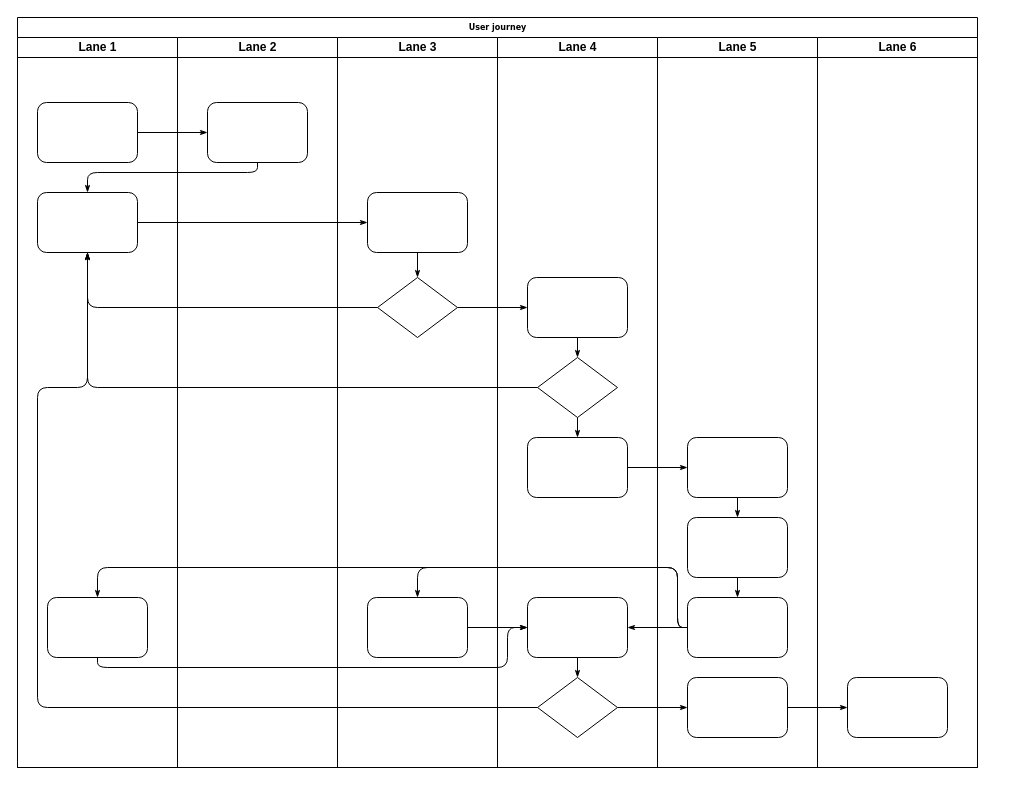
The draw.io diagram dream.drawio in Ted-L/drawio, before the edit. Source tidied: cells renumbered, new cells numbered last; positions are measured from the earlier drawing's top-left corner, leaving out a move shared by most shapes. Both pictures are drawn from the tidied source at 100%, with x=0, y=0 at pixel (17, 17).
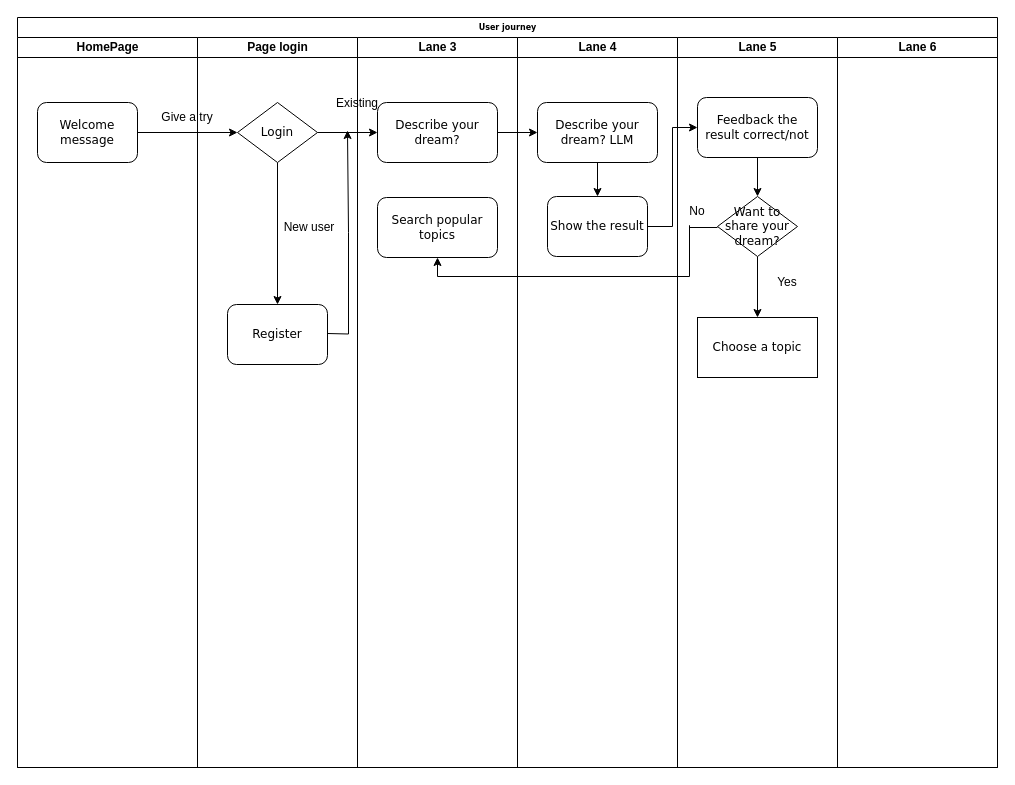
The same diagram, later.

What changed in the source:
```diff
@@
     <mxCell id="2" value="User journey" style="swimlane;html=1;startSize=20;rounded=0;shadow=0;labelBackgroundColor=none;strokeWidth=1;fontFamily=Verdana;fontSize=8;align=center;" parent="1" vertex="1">
-      <mxGeometry width="960" height="750" as="geometry" />
+      <mxGeometry width="980" height="750" as="geometry" />
     </mxCell>
-    <mxCell id="3" value="Lane 1" style="swimlane;html=1;startSize=20;" parent="2" vertex="1">
-      <mxGeometry y="20" width="160" height="730" as="geometry" />
+    <mxCell id="3" value="HomePage" style="swimlane;html=1;startSize=20;" parent="2" vertex="1">
+      <mxGeometry y="20" width="180" height="730" as="geometry" />
     </mxCell>
-    <mxCell id="4" style="rounded=1;whiteSpace=wrap;html=1;shadow=0;labelBackgroundColor=none;strokeWidth=1;fontFamily=Verdana;fontSize=8;align=center;" parent="3" vertex="1">
+    <mxCell id="4" value="&lt;font style=&quot;font-size: 12px;&quot;&gt;Welcome message&lt;/font&gt;" style="rounded=1;whiteSpace=wrap;html=1;shadow=0;labelBackgroundColor=none;strokeWidth=1;fontFamily=Verdana;fontSize=8;align=center;" parent="3" vertex="1">
       <mxGeometry x="20" y="65" width="100" height="60" as="geometry" />
     </mxCell>
-    <mxCell id="5" style="rounded=1;whiteSpace=wrap;html=1;shadow=0;labelBackgroundColor=none;strokeWidth=1;fontFamily=Verdana;fontSize=8;align=center;" parent="3" vertex="1">
-      <mxGeometry x="20" y="155" width="100" height="60" as="geometry" />
-    </mxCell>
-    <mxCell id="6" style="rounded=1;whiteSpace=wrap;html=1;shadow=0;labelBackgroundColor=none;strokeWidth=1;fontFamily=Verdana;fontSize=8;align=center;" parent="3" vertex="1">
-      <mxGeometry x="30" y="560" width="100" height="60" as="geometry" />
-    </mxCell>
-    <mxCell id="7" style="edgeStyle=orthogonalEdgeStyle;rounded=1;html=1;labelBackgroundColor=none;startArrow=none;startFill=0;startSize=5;endArrow=classicThin;endFill=1;endSize=5;jettySize=auto;strokeWidth=1;fontFamily=Verdana;fontSize=8;" parent="2" edge="1" source="4" target="23">
-      <mxGeometry relative="1" as="geometry" />
-    </mxCell>
-    <mxCell id="8" style="edgeStyle=orthogonalEdgeStyle;rounded=1;html=1;labelBackgroundColor=none;startArrow=none;startFill=0;startSize=5;endArrow=classicThin;endFill=1;endSize=5;jettySize=auto;strokeWidth=1;fontFamily=Verdana;fontSize=8;" parent="2" edge="1" source="23" target="5">
-      <mxGeometry relative="1" as="geometry">
-        <Array as="points">
-          <mxPoint x="240" y="155" />
-          <mxPoint x="70" y="155" />
-        </Array>
-      </mxGeometry>
-    </mxCell>
-    <mxCell id="9" style="edgeStyle=orthogonalEdgeStyle;rounded=1;html=1;labelBackgroundColor=none;startArrow=none;startFill=0;startSize=5;endArrow=classicThin;endFill=1;endSize=5;jettySize=auto;strokeWidth=1;fontFamily=Verdana;fontSize=8;" parent="2" edge="1" source="5" target="25">
-      <mxGeometry relative="1" as="geometry" />
-    </mxCell>
-    <mxCell id="10" style="edgeStyle=orthogonalEdgeStyle;rounded=1;html=1;labelBackgroundColor=none;startArrow=none;startFill=0;startSize=5;endArrow=classicThin;endFill=1;endSize=5;jettySize=auto;strokeWidth=1;fontFamily=Verdana;fontSize=8;" parent="2" edge="1" source="26" target="5">
-      <mxGeometry relative="1" as="geometry" />
-    </mxCell>
-    <mxCell id="11" style="edgeStyle=orthogonalEdgeStyle;rounded=1;html=1;labelBackgroundColor=none;startArrow=none;startFill=0;startSize=5;endArrow=classicThin;endFill=1;endSize=5;jettySize=auto;strokeWidth=1;fontFamily=Verdana;fontSize=8;" parent="2" edge="1" source="31" target="5">
-      <mxGeometry relative="1" as="geometry" />
-    </mxCell>
-    <mxCell id="12" style="edgeStyle=orthogonalEdgeStyle;rounded=1;html=1;labelBackgroundColor=none;startArrow=none;startFill=0;startSize=5;endArrow=classicThin;endFill=1;endSize=5;jettySize=auto;strokeWidth=1;fontFamily=Verdana;fontSize=8;" parent="2" edge="1" source="34" target="5">
-      <mxGeometry relative="1" as="geometry">
-        <Array as="points">
-          <mxPoint x="20" y="690" />
-          <mxPoint x="20" y="370" />
-          <mxPoint x="70" y="370" />
-        </Array>
-      </mxGeometry>
-    </mxCell>
-    <mxCell id="13" style="edgeStyle=orthogonalEdgeStyle;rounded=1;html=1;labelBackgroundColor=none;startArrow=none;startFill=0;startSize=5;endArrow=classicThin;endFill=1;endSize=5;jettySize=auto;strokeWidth=1;fontFamily=Verdana;fontSize=8;" parent="2" edge="1" source="26" target="30">
-      <mxGeometry relative="1" as="geometry" />
-    </mxCell>
-    <mxCell id="14" style="edgeStyle=orthogonalEdgeStyle;rounded=1;html=1;labelBackgroundColor=none;startArrow=none;startFill=0;startSize=5;endArrow=classicThin;endFill=1;endSize=5;jettySize=auto;strokeWidth=1;fontFamily=Verdana;fontSize=8;" parent="2" edge="1" source="34" target="42">
-      <mxGeometry relative="1" as="geometry" />
-    </mxCell>
-    <mxCell id="15" style="edgeStyle=orthogonalEdgeStyle;rounded=1;html=1;labelBackgroundColor=none;startArrow=none;startFill=0;startSize=5;endArrow=classicThin;endFill=1;endSize=5;jettySize=auto;strokeWidth=1;fontFamily=Verdana;fontSize=8;" parent="2" edge="1" source="42" target="46">
-      <mxGeometry relative="1" as="geometry" />
-    </mxCell>
-    <mxCell id="16" style="edgeStyle=orthogonalEdgeStyle;rounded=1;html=1;labelBackgroundColor=none;startArrow=none;startFill=0;startSize=5;endArrow=classicThin;endFill=1;endSize=5;jettySize=auto;strokeWidth=1;fontFamily=Verdana;fontSize=8;" parent="2" edge="1" source="32" target="39">
-      <mxGeometry relative="1" as="geometry" />
-    </mxCell>
-    <mxCell id="17" style="edgeStyle=orthogonalEdgeStyle;rounded=1;html=1;labelBackgroundColor=none;startArrow=none;startFill=0;startSize=5;endArrow=classicThin;endFill=1;endSize=5;jettySize=auto;strokeWidth=1;fontFamily=Verdana;fontSize=8;" parent="2" edge="1" source="41" target="27">
-      <mxGeometry relative="1" as="geometry">
-        <Array as="points">
-          <mxPoint x="660" y="610" />
-          <mxPoint x="660" y="550" />
-          <mxPoint x="400" y="550" />
-        </Array>
-      </mxGeometry>
-    </mxCell>
-    <mxCell id="18" style="edgeStyle=orthogonalEdgeStyle;rounded=1;html=1;labelBackgroundColor=none;startArrow=none;startFill=0;startSize=5;endArrow=classicThin;endFill=1;endSize=5;jettySize=auto;strokeColor=#000000;strokeWidth=1;fontFamily=Verdana;fontSize=8;fontColor=#000000;" parent="2" edge="1" source="41" target="33">
-      <mxGeometry relative="1" as="geometry" />
-    </mxCell>
-    <mxCell id="19" style="edgeStyle=orthogonalEdgeStyle;rounded=1;html=1;labelBackgroundColor=none;startArrow=none;startFill=0;startSize=5;endArrow=classicThin;endFill=1;endSize=5;jettySize=auto;strokeWidth=1;fontFamily=Verdana;fontSize=8;" parent="2" edge="1" source="41" target="6">
-      <mxGeometry relative="1" as="geometry">
-        <Array as="points">
-          <mxPoint x="660" y="610" />
-          <mxPoint x="660" y="550" />
-          <mxPoint x="80" y="550" />
-        </Array>
-      </mxGeometry>
-    </mxCell>
-    <mxCell id="20" style="edgeStyle=orthogonalEdgeStyle;rounded=1;html=1;labelBackgroundColor=none;startArrow=none;startFill=0;startSize=5;endArrow=classicThin;endFill=1;endSize=5;jettySize=auto;strokeWidth=1;fontFamily=Verdana;fontSize=8;" parent="2" edge="1" source="6" target="33">
-      <mxGeometry relative="1" as="geometry">
-        <Array as="points">
-          <mxPoint x="80" y="650" />
-          <mxPoint x="490" y="650" />
-          <mxPoint x="490" y="610" />
-        </Array>
-      </mxGeometry>
-    </mxCell>
-    <mxCell id="21" style="edgeStyle=orthogonalEdgeStyle;rounded=1;html=1;labelBackgroundColor=none;startArrow=none;startFill=0;startSize=5;endArrow=classicThin;endFill=1;endSize=5;jettySize=auto;strokeWidth=1;fontFamily=Verdana;fontSize=8;" parent="2" edge="1" source="27" target="33">
-      <mxGeometry relative="1" as="geometry" />
-    </mxCell>
+    <mxCell id="47" value="Give a try" style="text;strokeColor=none;align=center;fillColor=none;html=1;verticalAlign=middle;whiteSpace=wrap;rounded=0;" parent="3" vertex="1">
+      <mxGeometry x="140" y="65" width="60" height="30" as="geometry" />
+    </mxCell>
-    <mxCell id="22" value="Lane 2" style="swimlane;html=1;startSize=20;" parent="2" vertex="1">
-      <mxGeometry x="160" y="20" width="160" height="730" as="geometry" />
+    <mxCell id="22" value="Page login" style="swimlane;html=1;startSize=20;" parent="2" vertex="1">
+      <mxGeometry x="180" y="20" width="160" height="730" as="geometry" />
     </mxCell>
-    <mxCell id="23" style="rounded=1;whiteSpace=wrap;html=1;shadow=0;labelBackgroundColor=none;strokeWidth=1;fontFamily=Verdana;fontSize=8;align=center;" parent="22" vertex="1">
-      <mxGeometry x="30" y="65" width="100" height="60" as="geometry" />
-    </mxCell>
+    <mxCell id="48" style="edgeStyle=orthogonalEdgeStyle;rounded=0;orthogonalLoop=1;jettySize=auto;html=1;" parent="22" edge="1">
+      <mxGeometry relative="1" as="geometry">
+        <mxPoint x="130" y="296" as="sourcePoint" />
+        <mxPoint x="150" y="93" as="targetPoint" />
+      </mxGeometry>
+    </mxCell>
+    <mxCell id="49" value="&lt;font style=&quot;font-size: 12px;&quot;&gt;Register&lt;/font&gt;" style="rounded=1;whiteSpace=wrap;html=1;shadow=0;labelBackgroundColor=none;strokeWidth=1;fontFamily=Verdana;fontSize=8;align=center;" parent="22" vertex="1">
+      <mxGeometry x="30" y="267" width="100" height="60" as="geometry" />
+    </mxCell>
+    <mxCell id="50" style="edgeStyle=orthogonalEdgeStyle;rounded=0;jettySize=auto;html=1;entryX=0.5;entryY=0;entryDx=0;entryDy=0;" parent="22" edge="1" source="51" target="49">
+      <mxGeometry relative="1" as="geometry" />
+    </mxCell>
+    <mxCell id="51" value="&lt;font style=&quot;font-size: 12px;&quot;&gt;Login&lt;/font&gt;" style="rhombus;whiteSpace=wrap;html=1;rounded=0;shadow=0;labelBackgroundColor=none;strokeWidth=1;fontFamily=Verdana;fontSize=8;align=center;" parent="22" vertex="1">
+      <mxGeometry x="40" y="65" width="80" height="60" as="geometry" />
+    </mxCell>
     <mxCell id="24" value="Lane 3" style="swimlane;html=1;startSize=20;" parent="2" vertex="1">
-      <mxGeometry x="320" y="20" width="160" height="730" as="geometry" />
+      <mxGeometry x="340" y="20" width="160" height="730" as="geometry" />
     </mxCell>
-    <mxCell id="25" style="rounded=1;whiteSpace=wrap;html=1;shadow=0;labelBackgroundColor=none;strokeWidth=1;fontFamily=Verdana;fontSize=8;align=center;" parent="24" vertex="1">
-      <mxGeometry x="30" y="155" width="100" height="60" as="geometry" />
-    </mxCell>
-    <mxCell id="26" style="rhombus;whiteSpace=wrap;html=1;rounded=0;shadow=0;labelBackgroundColor=none;strokeWidth=1;fontFamily=Verdana;fontSize=8;align=center;" parent="24" vertex="1">
-      <mxGeometry x="40" y="240" width="80" height="60" as="geometry" />
-    </mxCell>
-    <mxCell id="27" style="rounded=1;whiteSpace=wrap;html=1;shadow=0;labelBackgroundColor=none;strokeWidth=1;fontFamily=Verdana;fontSize=8;align=center;" parent="24" vertex="1">
-      <mxGeometry x="30" y="560" width="100" height="60" as="geometry" />
-    </mxCell>
-    <mxCell id="28" style="edgeStyle=orthogonalEdgeStyle;rounded=1;html=1;labelBackgroundColor=none;startArrow=none;startFill=0;startSize=5;endArrow=classicThin;endFill=1;endSize=5;jettySize=auto;strokeWidth=1;fontFamily=Verdana;fontSize=8;" parent="24" edge="1" source="25" target="26">
-      <mxGeometry relative="1" as="geometry" />
-    </mxCell>
+    <mxCell id="52" value="&lt;font style=&quot;font-size: 12px;&quot;&gt;Describe your dream?&lt;/font&gt;" style="whiteSpace=wrap;html=1;fontSize=8;fontFamily=Verdana;rounded=1;shadow=0;labelBackgroundColor=none;strokeWidth=1;" parent="24" vertex="1">
+      <mxGeometry x="20" y="65" width="120" height="60" as="geometry" />
+    </mxCell>
+    <mxCell id="53" value="Existing" style="text;strokeColor=none;align=center;fillColor=none;html=1;verticalAlign=middle;whiteSpace=wrap;rounded=0;" parent="24" vertex="1">
+      <mxGeometry x="-30" y="51" width="60" height="30" as="geometry" />
+    </mxCell>
+    <mxCell id="54" value="&lt;font style=&quot;font-size: 12px;&quot;&gt;Search popular topics&lt;/font&gt;" style="whiteSpace=wrap;html=1;fontSize=8;fontFamily=Verdana;rounded=1;shadow=0;labelBackgroundColor=none;strokeWidth=1;" parent="24" vertex="1">
+      <mxGeometry x="20" y="160" width="120" height="60" as="geometry" />
+    </mxCell>
     <mxCell id="29" value="Lane 4" style="swimlane;html=1;startSize=20;" parent="2" vertex="1">
-      <mxGeometry x="480" y="20" width="160" height="730" as="geometry" />
+      <mxGeometry x="500" y="20" width="160" height="730" as="geometry" />
     </mxCell>
-    <mxCell id="30" style="rounded=1;whiteSpace=wrap;html=1;shadow=0;labelBackgroundColor=none;strokeWidth=1;fontFamily=Verdana;fontSize=8;align=center;" parent="29" vertex="1">
-      <mxGeometry x="30" y="240" width="100" height="60" as="geometry" />
+    <mxCell id="30" value="&lt;font style=&quot;font-size: 12px;&quot;&gt;Show the result&lt;/font&gt;" style="rounded=1;whiteSpace=wrap;html=1;shadow=0;labelBackgroundColor=none;strokeWidth=1;fontFamily=Verdana;fontSize=8;align=center;" parent="29" vertex="1">
+      <mxGeometry x="30" y="159" width="100" height="60" as="geometry" />
     </mxCell>
-    <mxCell id="31" style="rhombus;whiteSpace=wrap;html=1;rounded=0;shadow=0;labelBackgroundColor=none;strokeWidth=1;fontFamily=Verdana;fontSize=8;align=center;" parent="29" vertex="1">
-      <mxGeometry x="40" y="320" width="80" height="60" as="geometry" />
-    </mxCell>
-    <mxCell id="32" style="rounded=1;whiteSpace=wrap;html=1;shadow=0;labelBackgroundColor=none;strokeWidth=1;fontFamily=Verdana;fontSize=8;align=center;" parent="29" vertex="1">
-      <mxGeometry x="30" y="400" width="100" height="60" as="geometry" />
-    </mxCell>
-    <mxCell id="33" style="rounded=1;whiteSpace=wrap;html=1;shadow=0;labelBackgroundColor=none;strokeWidth=1;fontFamily=Verdana;fontSize=8;align=center;" parent="29" vertex="1">
-      <mxGeometry x="30" y="560" width="100" height="60" as="geometry" />
-    </mxCell>
-    <mxCell id="34" style="rhombus;whiteSpace=wrap;html=1;rounded=0;shadow=0;labelBackgroundColor=none;strokeWidth=1;fontFamily=Verdana;fontSize=8;align=center;" parent="29" vertex="1">
-      <mxGeometry x="40" y="640" width="80" height="60" as="geometry" />
-    </mxCell>
-    <mxCell id="35" style="edgeStyle=orthogonalEdgeStyle;rounded=1;html=1;labelBackgroundColor=none;startArrow=none;startFill=0;startSize=5;endArrow=classicThin;endFill=1;endSize=5;jettySize=auto;strokeColor=#000000;strokeWidth=1;fontFamily=Verdana;fontSize=8;fontColor=#000000;" parent="29" edge="1" source="30" target="31">
-      <mxGeometry relative="1" as="geometry" />
-    </mxCell>
-    <mxCell id="36" style="edgeStyle=orthogonalEdgeStyle;rounded=1;html=1;labelBackgroundColor=none;startArrow=none;startFill=0;startSize=5;endArrow=classicThin;endFill=1;endSize=5;jettySize=auto;strokeWidth=1;fontFamily=Verdana;fontSize=8;" parent="29" edge="1" source="31" target="32">
-      <mxGeometry relative="1" as="geometry" />
-    </mxCell>
-    <mxCell id="37" style="edgeStyle=orthogonalEdgeStyle;rounded=1;html=1;labelBackgroundColor=none;startArrow=none;startFill=0;startSize=5;endArrow=classicThin;endFill=1;endSize=5;jettySize=auto;strokeWidth=1;fontFamily=Verdana;fontSize=8;" parent="29" edge="1" source="33" target="34">
-      <mxGeometry relative="1" as="geometry" />
-    </mxCell>
+    <mxCell id="55" style="edgeStyle=orthogonalEdgeStyle;rounded=0;jettySize=auto;html=1;entryX=0.5;entryY=0;entryDx=0;entryDy=0;" parent="29" edge="1" source="56" target="30">
+      <mxGeometry relative="1" as="geometry" />
+    </mxCell>
+    <mxCell id="56" value="&lt;font style=&quot;font-size: 12px;&quot;&gt;Describe your dream? LLM&lt;/font&gt;" style="whiteSpace=wrap;html=1;fontSize=8;fontFamily=Verdana;rounded=1;shadow=0;labelBackgroundColor=none;strokeWidth=1;" parent="29" vertex="1">
+      <mxGeometry x="20" y="65" width="120" height="60" as="geometry" />
+    </mxCell>
     <mxCell id="38" value="Lane 5" style="swimlane;html=1;startSize=20;" parent="2" vertex="1">
-      <mxGeometry x="640" y="20" width="160" height="730" as="geometry" />
+      <mxGeometry x="660" y="20" width="160" height="730" as="geometry" />
     </mxCell>
-    <mxCell id="39" style="rounded=1;whiteSpace=wrap;html=1;shadow=0;labelBackgroundColor=none;strokeWidth=1;fontFamily=Verdana;fontSize=8;align=center;" parent="38" vertex="1">
-      <mxGeometry x="30" y="400" width="100" height="60" as="geometry" />
-    </mxCell>
-    <mxCell id="40" style="rounded=1;whiteSpace=wrap;html=1;shadow=0;labelBackgroundColor=none;strokeWidth=1;fontFamily=Verdana;fontSize=8;align=center;" parent="38" vertex="1">
-      <mxGeometry x="30" y="480" width="100" height="60" as="geometry" />
-    </mxCell>
-    <mxCell id="41" style="rounded=1;whiteSpace=wrap;html=1;shadow=0;labelBackgroundColor=none;strokeWidth=1;fontFamily=Verdana;fontSize=8;align=center;" parent="38" vertex="1">
-      <mxGeometry x="30" y="560" width="100" height="60" as="geometry" />
-    </mxCell>
-    <mxCell id="42" style="rounded=1;whiteSpace=wrap;html=1;shadow=0;labelBackgroundColor=none;strokeWidth=1;fontFamily=Verdana;fontSize=8;align=center;" parent="38" vertex="1">
-      <mxGeometry x="30" y="640" width="100" height="60" as="geometry" />
-    </mxCell>
-    <mxCell id="43" style="edgeStyle=orthogonalEdgeStyle;rounded=1;html=1;labelBackgroundColor=none;startArrow=none;startFill=0;startSize=5;endArrow=classicThin;endFill=1;endSize=5;jettySize=auto;strokeWidth=1;fontFamily=Verdana;fontSize=8;" parent="38" edge="1" source="39" target="40">
-      <mxGeometry relative="1" as="geometry" />
-    </mxCell>
-    <mxCell id="44" style="edgeStyle=orthogonalEdgeStyle;rounded=1;html=1;labelBackgroundColor=none;startArrow=none;startFill=0;startSize=5;endArrow=classicThin;endFill=1;endSize=5;jettySize=auto;strokeWidth=1;fontFamily=Verdana;fontSize=8;" parent="38" edge="1" source="40" target="41">
-      <mxGeometry relative="1" as="geometry" />
-    </mxCell>
+    <mxCell id="57" style="edgeStyle=orthogonalEdgeStyle;rounded=0;jettySize=auto;html=1;" parent="38" edge="1" source="58" target="61">
+      <mxGeometry relative="1" as="geometry" />
+    </mxCell>
+    <mxCell id="58" value="&lt;span style=&quot;font-size: 12px;&quot;&gt;Want to share your dream?&lt;/span&gt;" style="rhombus;whiteSpace=wrap;html=1;rounded=0;shadow=0;labelBackgroundColor=none;strokeWidth=1;fontFamily=Verdana;fontSize=8;align=center;" parent="38" vertex="1">
+      <mxGeometry x="40" y="159" width="80" height="60" as="geometry" />
+    </mxCell>
+    <mxCell id="59" style="edgeStyle=orthogonalEdgeStyle;rounded=0;jettySize=auto;html=1;entryX=0.5;entryY=0;entryDx=0;entryDy=0;" parent="38" edge="1" source="60" target="58">
+      <mxGeometry relative="1" as="geometry" />
+    </mxCell>
+    <mxCell id="60" value="&lt;span style=&quot;font-size: 12px;&quot;&gt;Feedback the result correct/not&lt;/span&gt;" style="whiteSpace=wrap;html=1;fontSize=8;fontFamily=Verdana;rounded=1;shadow=0;labelBackgroundColor=none;strokeWidth=1;" parent="38" vertex="1">
+      <mxGeometry x="20" y="60" width="120" height="60" as="geometry" />
+    </mxCell>
+    <mxCell id="61" value="&lt;font style=&quot;font-size: 12px;&quot;&gt;Choose a topic&lt;/font&gt;" style="whiteSpace=wrap;html=1;fontSize=8;fontFamily=Verdana;rounded=0;shadow=0;labelBackgroundColor=none;strokeWidth=1;" parent="38" vertex="1">
+      <mxGeometry x="20" y="280" width="120" height="60" as="geometry" />
+    </mxCell>
+    <mxCell id="62" value="Yes" style="text;strokeColor=none;align=center;fillColor=none;html=1;verticalAlign=middle;whiteSpace=wrap;rounded=0;" parent="38" vertex="1">
+      <mxGeometry x="80" y="230" width="60" height="30" as="geometry" />
+    </mxCell>
+    <mxCell id="63" value="No" style="text;strokeColor=none;align=center;fillColor=none;html=1;verticalAlign=middle;whiteSpace=wrap;rounded=0;" parent="38" vertex="1">
+      <mxGeometry x="-10" y="159" width="60" height="30" as="geometry" />
+    </mxCell>
     <mxCell id="45" value="Lane 6" style="swimlane;html=1;startSize=20;" parent="2" vertex="1">
-      <mxGeometry x="800" y="20" width="160" height="730" as="geometry" />
+      <mxGeometry x="820" y="20" width="160" height="730" as="geometry" />
     </mxCell>
-    <mxCell id="46" style="rounded=1;whiteSpace=wrap;html=1;shadow=0;labelBackgroundColor=none;strokeWidth=1;fontFamily=Verdana;fontSize=8;align=center;" parent="45" vertex="1">
-      <mxGeometry x="30" y="640" width="100" height="60" as="geometry" />
-    </mxCell>
+    <mxCell id="64" style="edgeStyle=orthogonalEdgeStyle;rounded=0;jettySize=auto;html=1;entryX=0;entryY=0.5;entryDx=0;entryDy=0;" parent="2" edge="1" source="4" target="51">
+      <mxGeometry relative="1" as="geometry" />
+    </mxCell>
+    <mxCell id="65" style="edgeStyle=orthogonalEdgeStyle;rounded=0;jettySize=auto;html=1;entryX=0;entryY=0.5;entryDx=0;entryDy=0;" parent="2" edge="1" source="51" target="52">
+      <mxGeometry relative="1" as="geometry" />
+    </mxCell>
+    <mxCell id="66" style="edgeStyle=orthogonalEdgeStyle;rounded=0;jettySize=auto;html=1;entryX=0;entryY=0.5;entryDx=0;entryDy=0;" parent="2" edge="1" source="52" target="56">
+      <mxGeometry relative="1" as="geometry" />
+    </mxCell>
+    <mxCell id="67" style="edgeStyle=orthogonalEdgeStyle;rounded=0;orthogonalLoop=1;jettySize=auto;html=1;" parent="2" edge="1">
+      <mxGeometry relative="1" as="geometry">
+        <mxPoint x="700" y="210" as="sourcePoint" />
+        <mxPoint x="420" y="240" as="targetPoint" />
+        <Array as="points">
+          <mxPoint x="672" y="208" />
+          <mxPoint x="672" y="259" />
+          <mxPoint x="420" y="259" />
+          <mxPoint x="420" y="239" />
+        </Array>
+      </mxGeometry>
+    </mxCell>
+    <mxCell id="68" style="edgeStyle=orthogonalEdgeStyle;rounded=0;jettySize=auto;html=1;entryX=0;entryY=0.5;entryDx=0;entryDy=0;" parent="2" edge="1" source="30" target="60">
+      <mxGeometry relative="1" as="geometry" />
+    </mxCell>
+    <mxCell id="69" value="New user" style="text;strokeColor=none;align=center;fillColor=none;html=1;verticalAlign=middle;whiteSpace=wrap;rounded=0;" parent="1" vertex="1">
+      <mxGeometry x="262" y="195" width="60" height="30" as="geometry" />
+    </mxCell>
```
